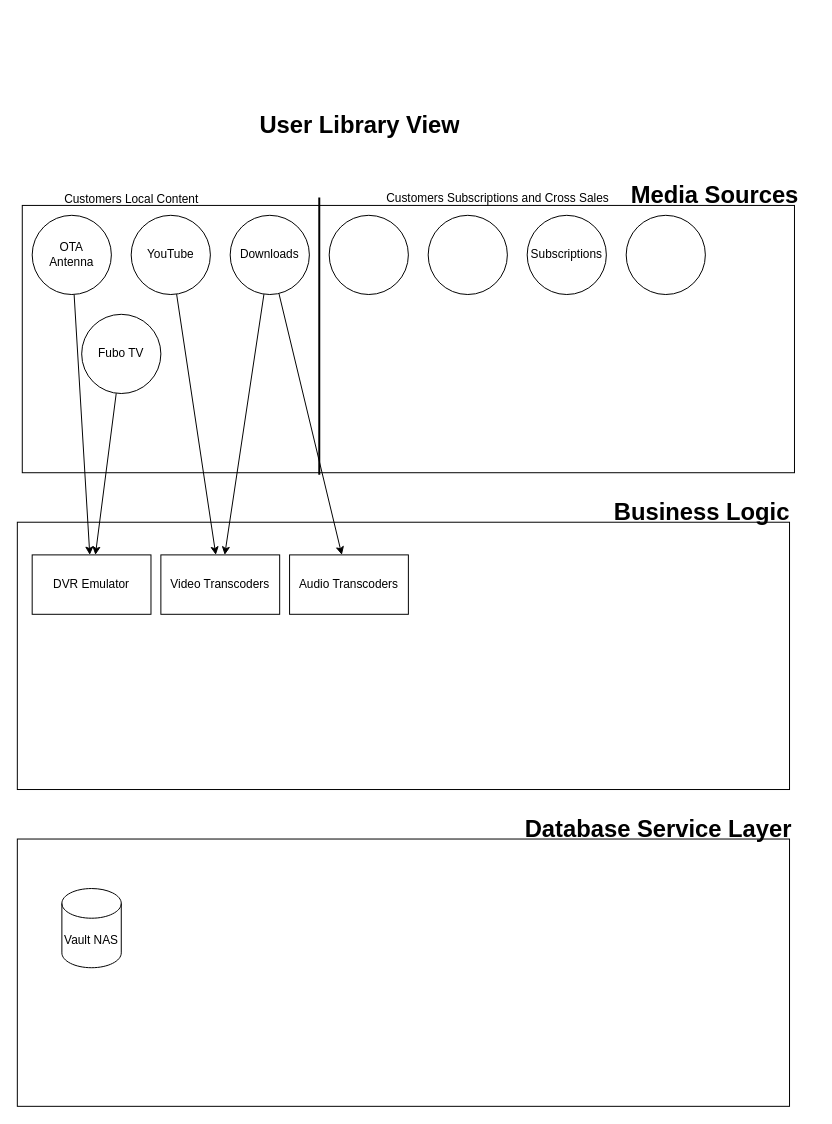
Before: FlixPix Customer Library MFCD.drawio in r3d3k3r/FlixPix, a draw.io diagram. Source tidied: cells renumbered, new cells numbered last; positions are measured from the earlier drawing's top-left corner, leaving out a move shared by most shapes. Both pictures are drawn from the tidied source at 99%, with x=0, y=0 at pixel (17, 105).
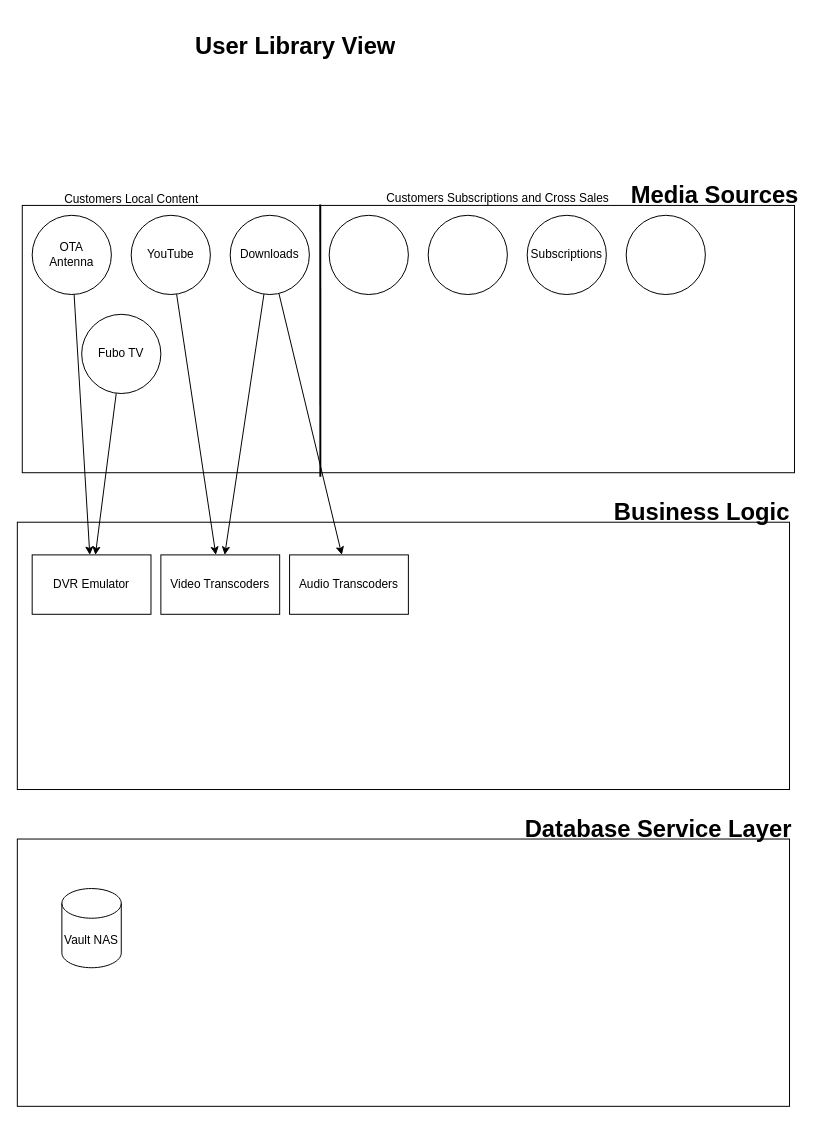
The same diagram, later.

What changed in the source:
```diff
@@
     <mxCell id="20" value="&lt;h1&gt;&lt;span style=&quot;background-color: initial;&quot;&gt;User Library View&lt;/span&gt;&lt;br&gt;&lt;/h1&gt;" style="text;html=1;strokeColor=none;fillColor=none;spacing=5;spacingTop=-20;whiteSpace=wrap;overflow=hidden;rounded=0;" parent="1" vertex="1">
-      <mxGeometry x="240" width="305" height="120" as="geometry" />
+      <mxGeometry x="175" y="-79" width="305" height="120" as="geometry" />
     </mxCell>
@@
-    <mxCell id="26" style="endArrow=none;html=1;rounded=0;strokeWidth=2;" parent="1" edge="1">
+    <mxCell id="26" style="endArrow=none;html=1;rounded=0;strokeWidth=2;exitX=0.386;exitY=1.019;exitDx=0;exitDy=0;exitPerimeter=0;" parent="1" edge="1">
       <mxGeometry relative="1" as="geometry">
-        <mxPoint x="305" y="373" as="sourcePoint" />
-        <mxPoint x="305" y="93" as="targetPoint" />
+        <mxPoint x="306.1" y="375.1" as="sourcePoint" />
+        <mxPoint x="306" y="100" as="targetPoint" />
       </mxGeometry>
     </mxCell>
```
